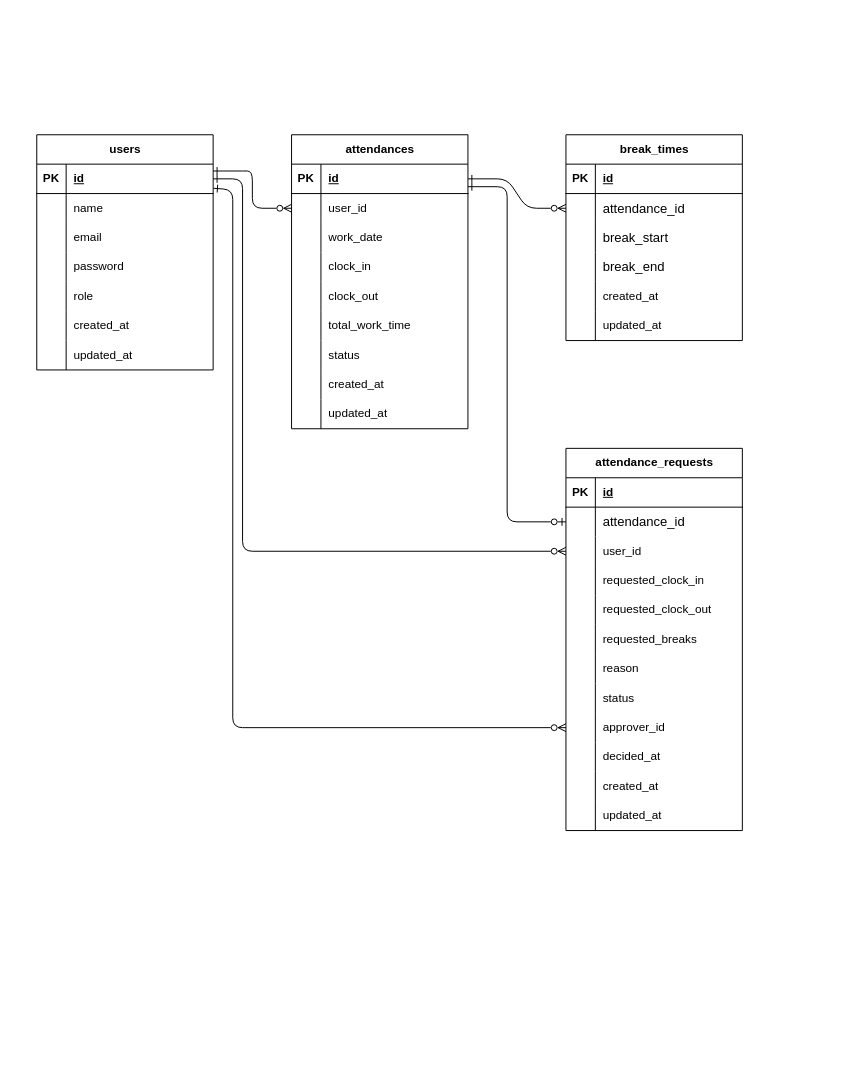
This is erd.drawio from como-natsu/attendance-management, a draw.io file, before an edit. Source tidied: cells renumbered, new cells numbered last; positions are measured from the earlier drawing's top-left corner, leaving out a move shared by most shapes. Both pictures are drawn from the tidied source at 98%, with x=0, y=0 at pixel (17, 17).
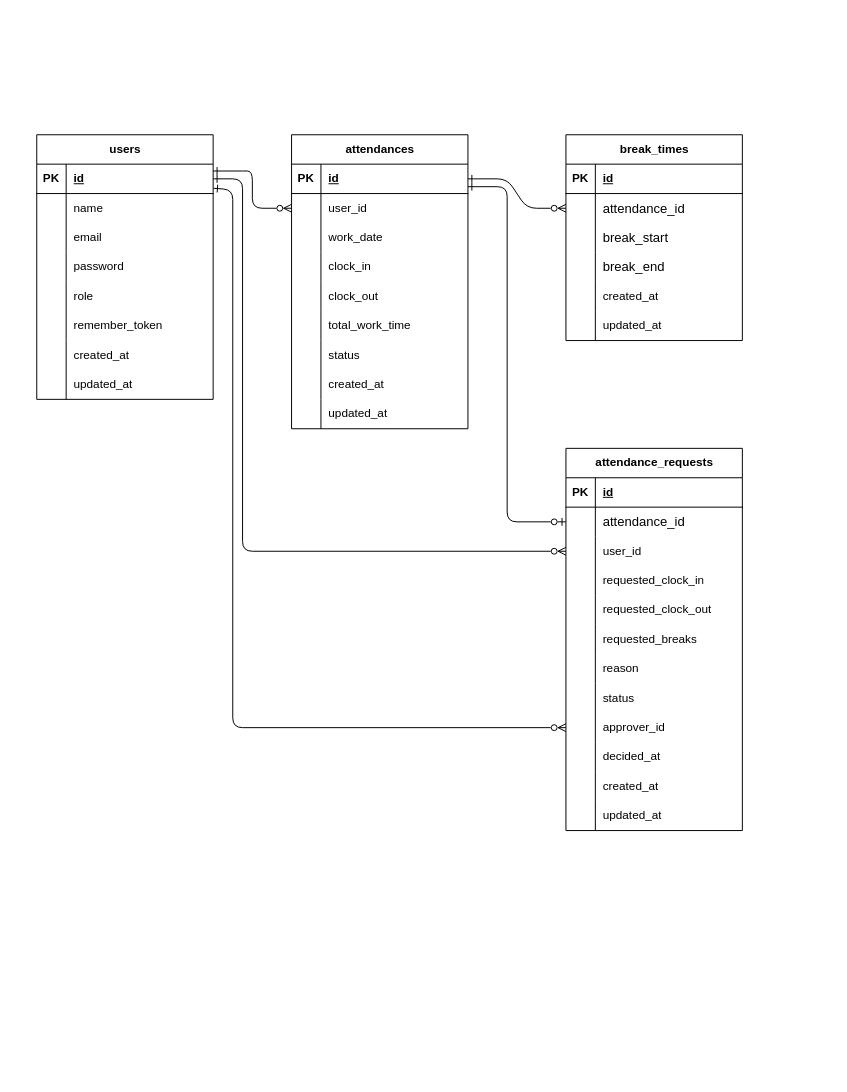
The same diagram, later.

What changed in the source:
```diff
@@
     <mxCell id="3" value="users" style="shape=table;startSize=30;childLayout=tableLayout;rowLines=0;fontStyle=1;align=center;html=1;" parent="1" vertex="1">
-      <mxGeometry x="20" y="120" width="180" height="240" as="geometry" />
+      <mxGeometry x="20" y="120" width="180" height="270" as="geometry" />
     </mxCell>
@@
+    <mxCell id="114" style="shape=tableRow;horizontal=0;startSize=0;swimlaneHead=0;swimlaneBody=0;fillColor=none;top=0;left=0;right=0;bottom=0;" parent="3" vertex="1">
+      <mxGeometry y="180" width="180" height="30" as="geometry" />
+    </mxCell>
+    <mxCell id="115" style="shape=partialRectangle;fillColor=none;top=0;left=0;bottom=0;right=0;overflow=hidden;whiteSpace=wrap;html=1;" parent="114" vertex="1">
+      <mxGeometry width="30" height="30" as="geometry" />
+    </mxCell>
+    <mxCell id="116" value="remember_token" style="shape=partialRectangle;fillColor=none;top=0;left=0;bottom=0;right=0;align=left;spacingLeft=6;overflow=hidden;whiteSpace=wrap;html=1;" parent="114" vertex="1">
+      <mxGeometry x="30" width="150" height="30" as="geometry" />
+    </mxCell>
     <mxCell id="19" style="shape=tableRow;horizontal=0;startSize=0;swimlaneHead=0;swimlaneBody=0;fillColor=none;top=0;left=0;right=0;bottom=0;" parent="3" vertex="1">
-      <mxGeometry y="180" width="180" height="30" as="geometry" />
+      <mxGeometry y="210" width="180" height="30" as="geometry" />
     </mxCell>
@@
     <mxCell id="22" style="shape=tableRow;horizontal=0;startSize=0;swimlaneHead=0;swimlaneBody=0;fillColor=none;top=0;left=0;right=0;bottom=0;" parent="3" vertex="1">
-      <mxGeometry y="210" width="180" height="30" as="geometry" />
+      <mxGeometry y="240" width="180" height="30" as="geometry" />
     </mxCell>
```
